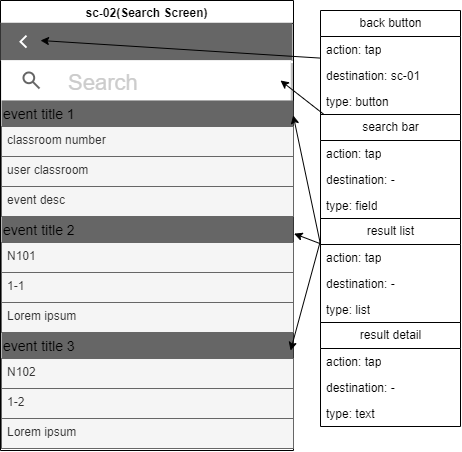
Above: documents/diagrams/screens/sc-02.drawio.png in OMEGA-himajin/ask-map (draw.io), before the change. Source tidied: cells renumbered, new cells last; positions are measured from the earlier drawing's top-left corner, leaving out a move shared by most shapes.
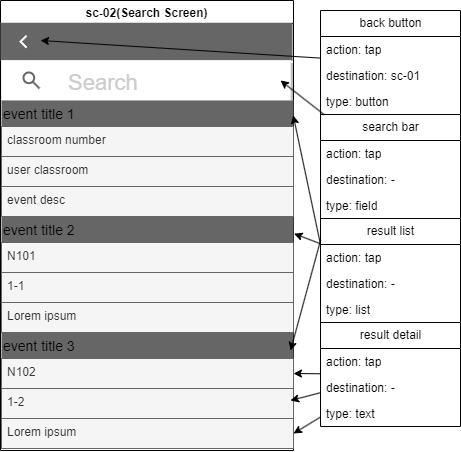
Later version of the same file.

Diff of the diagram source:
```diff
@@ -112,6 +112,17 @@
     <mxCell id="35" value="&lt;font color=&quot;#000000&quot;&gt;type: list&lt;/font&gt;" style="text;strokeColor=none;fillColor=none;align=left;verticalAlign=top;spacingLeft=4;spacingRight=4;overflow=hidden;whiteSpace=wrap;html=1;" parent="32" vertex="1">
       <mxGeometry y="78" width="140" height="26" as="geometry" />
     </mxCell>
+    <mxCell id="40" style="edgeStyle=none;html=1;entryX=1;entryY=0.5;entryDx=0;entryDy=0;strokeColor=#000000;" parent="1" edge="1" source="36" target="16">
+      <mxGeometry relative="1" as="geometry" />
+    </mxCell>
+    <mxCell id="41" style="edgeStyle=none;html=1;strokeColor=#000000;" parent="1" edge="1" source="36">
+      <mxGeometry relative="1" as="geometry">
+        <mxPoint x="290" y="400" as="targetPoint" />
+      </mxGeometry>
+    </mxCell>
+    <mxCell id="42" style="edgeStyle=none;html=1;entryX=1;entryY=0.5;entryDx=0;entryDy=0;strokeColor=#000000;" parent="1" edge="1" source="36" target="18">
+      <mxGeometry relative="1" as="geometry" />
+    </mxCell>
     <mxCell id="36" value="&lt;font color=&quot;#000000&quot;&gt;result detail&lt;/font&gt;" style="swimlane;fontStyle=0;horizontal=1;startSize=26;fillColor=none;html=1;strokeColor=#000000;" parent="1" vertex="1">
       <mxGeometry x="320" y="322" width="140" height="104" as="geometry" />
     </mxCell>
```
